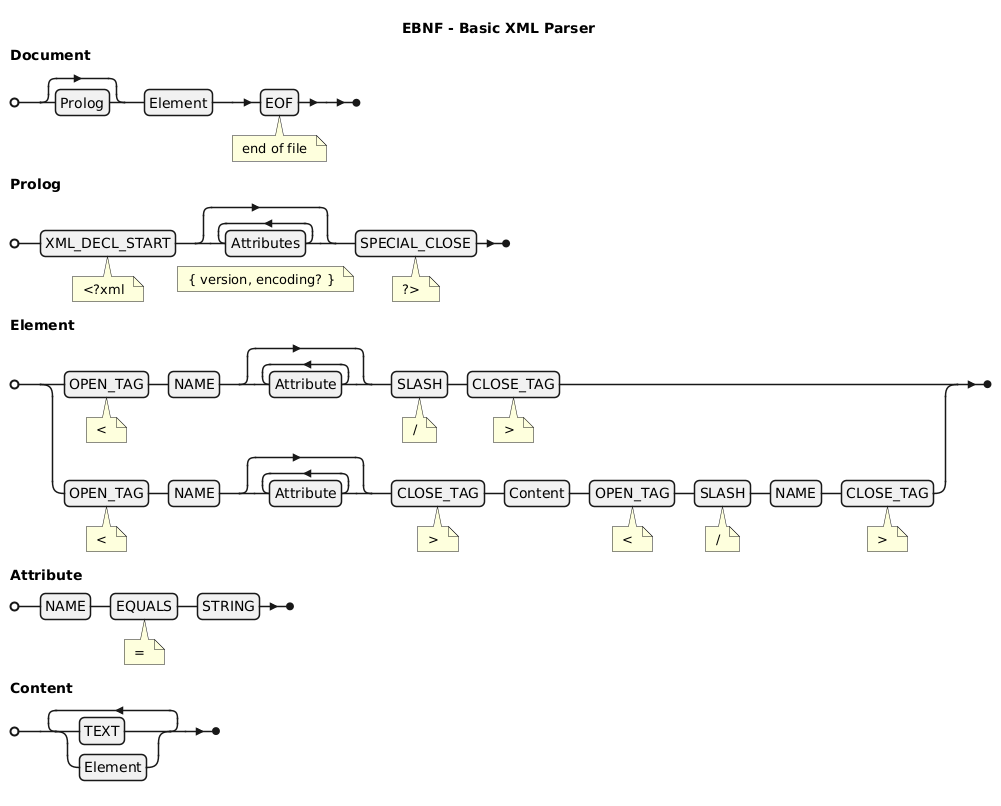
Earlier version of the PlantUML export implementations/ts-parser-xml/assets/images/parser-xml.png (erkobridee/ds-ast). The source it was exported from:
```plantuml
@startebnf
title EBNF - Basic XML Parser


Document = [ Prolog ] , Element , EOF (* end of file *) ;

Prolog = XML_DECL_START (* <?xml *) , { Attributes } (* { version, encoding? } *) , SPECIAL_CLOSE (* ?> *) ;

Element = (
    OPEN_TAG (* < *) , NAME , { Attribute } , SLASH (* / *) , CLOSE_TAG (* > *) |
    OPEN_TAG (* < *) , NAME , { Attribute } , CLOSE_TAG (* > *) , Content , OPEN_TAG (* < *) , SLASH (* / *) , NAME , CLOSE_TAG (* > *)
  )
  ;

Attribute = NAME , EQUALS (* = *) , STRING ;

Content = { (
    TEXT |
    Element
  ) }-
  ;

@endebnf
```
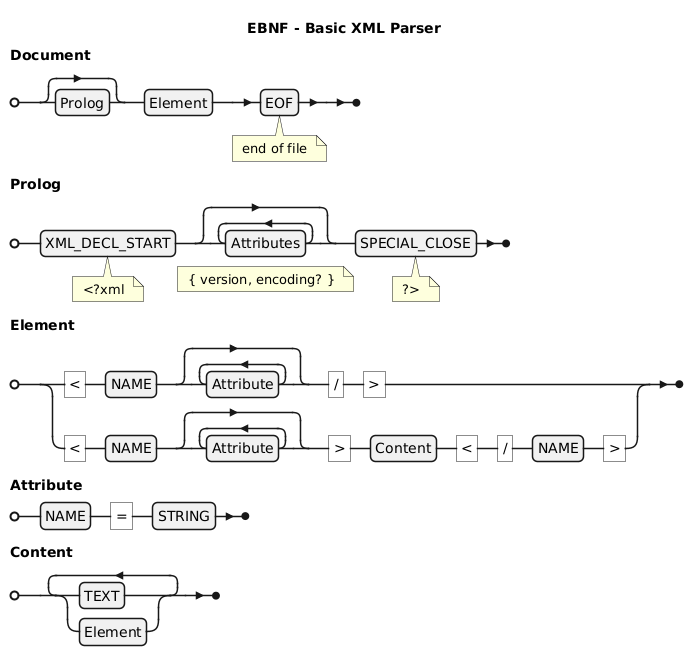
After the change.

Commit message:
update( ts-parser-xml): docs

Change to the diagram source:
```diff
@@ -7,12 +7,12 @@
 Prolog = XML_DECL_START (* <?xml *) , { Attributes } (* { version, encoding? } *) , SPECIAL_CLOSE (* ?> *) ;
 
 Element = (
-    OPEN_TAG (* < *) , NAME , { Attribute } , SLASH (* / *) , CLOSE_TAG (* > *) |
-    OPEN_TAG (* < *) , NAME , { Attribute } , CLOSE_TAG (* > *) , Content , OPEN_TAG (* < *) , SLASH (* / *) , NAME , CLOSE_TAG (* > *)
+    "<" , NAME , { Attribute } , "/" , ">" |
+    "<" , NAME , { Attribute } , ">" , Content , "<" , "/" , NAME , ">"
   )
   ;
 
-Attribute = NAME , EQUALS (* = *) , STRING ;
+Attribute = NAME , "=" , STRING ;
 
 Content = { (
     TEXT |
```
